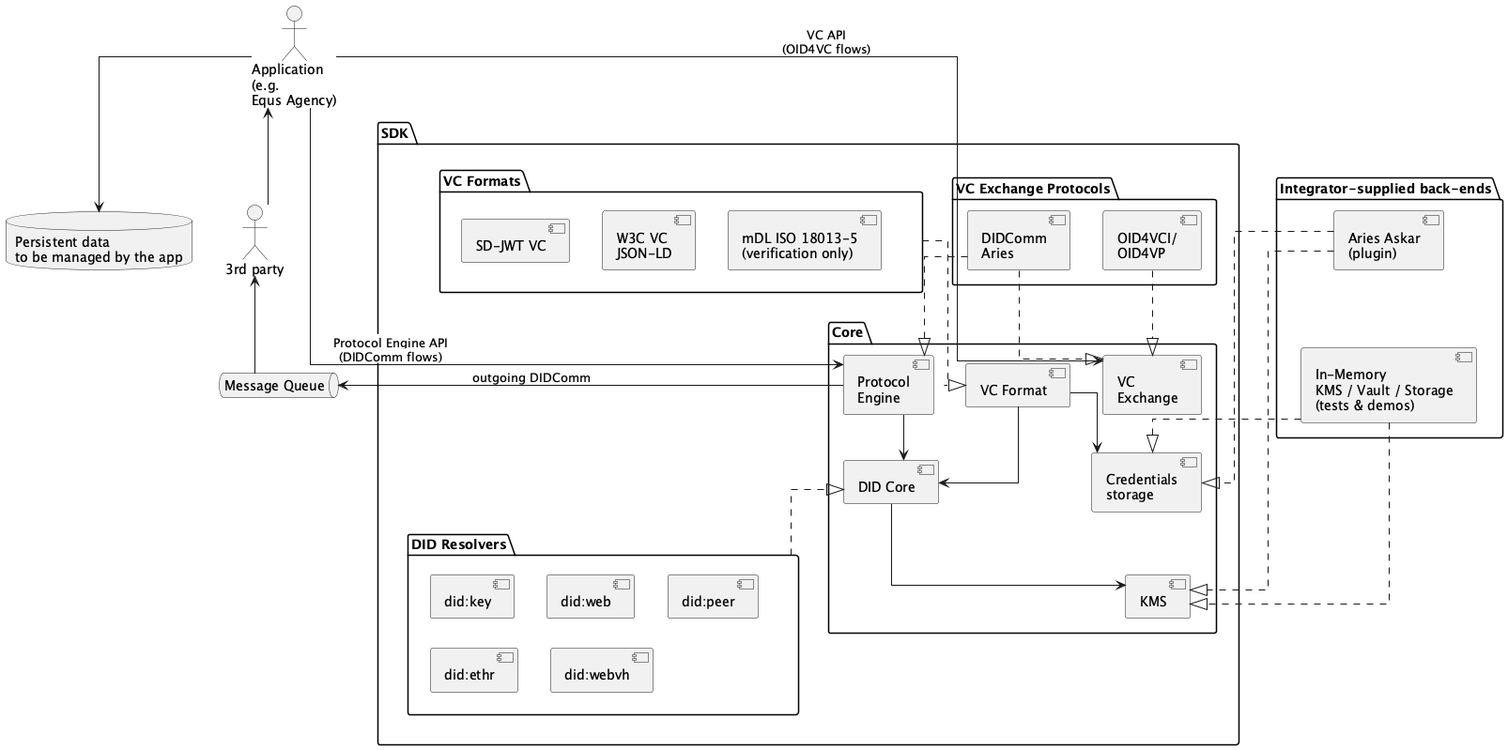
Earlier version of the PlantUML export docs/equs-sdk.png (equs-ai/equs-credentials-sdk). The source it was exported from:
```plantuml
@startuml

skinparam linetype ortho
skinparam nodesep 35
skinparam ranksep 24

actor "Application\n(e.g.\nEqus Agency)" as App
actor "3rd party" as ThirdParty
database "Persistent data\nto be managed by the app" as Store
queue "Message Queue" as MQ

package "SDK" as SDK {

    package "VC Formats" as VCImpls {
        [SD-JWT VC] as SDJWT
        [W3C VC\nJSON-LD] as JSONLD
        [mDL ISO 18013-5\n(verification only)] as MDL18035
        SDJWT -[hidden]right- JSONLD
        JSONLD -[hidden]right- MDL18035
    }

    package "VC Exchange Protocols" as Protocols {
        [DIDComm\nAries] as DIDCommAries
        [OID4VCI/\nOID4VP] as OIDC4VC
        DIDCommAries -[hidden]right- OIDC4VC
    }

    package "Core" as Core {

        [VC\nExchange] as VCExchange
        [VC Format] as VCFormat
        VCExchange -[hidden]right- VCFormat

        [Credentials\nstorage] as CredStorage
        [KMS] as KMS
        [Protocol\nEngine] as PE
        [DID Core] as DIDCore

        CredStorage -[hidden]down- KMS
        PE -[hidden]right- DIDCore
    }

    package "DID Resolvers" as DIDResolvers {
        [did:key] as DidKey
        [did:web] as DidWeb
        [did:peer] as DidPeer
        [did:ethr] as DidEthr
        [did:webvh] as DidWebvh
        DidKey -[hidden]right- DidWeb
        DidWeb -[hidden]right- DidPeer
        DidKey -[hidden]down- DidEthr
        DidEthr -[hidden]right- DidWebvh
    }
}

package "Integrator-supplied back-ends" as Backends {
    [Aries Askar\n(plugin)] as Askar
    [In-Memory\nKMS / Vault / Storage\n(tests & demos)] as InMem
    Askar -[hidden]down- InMem
}

App -right-> VCExchange : VC API\n(OID4VC flows)
App -right-> PE : <back:white>Protocol Engine API</back>\n<back:white>(DIDComm flows)</back>
App -down-> Store
PE -left-> MQ : outgoing DIDComm
MQ -up-> ThirdParty
ThirdParty -up-> App

DIDCommAries ..|> VCExchange
DIDCommAries ..|> PE
OIDC4VC ..|> VCExchange

VCImpls ..|> VCFormat

Askar ..|> CredStorage
Askar ..|> KMS
InMem ..|> CredStorage
InMem ..|> KMS

DIDResolvers ..|> DIDCore

DIDCore -[hidden]down- DidKey

VCFormat --> CredStorage
VCFormat --> DIDCore
PE --> DIDCore
DIDCore --> KMS

@enduml
```
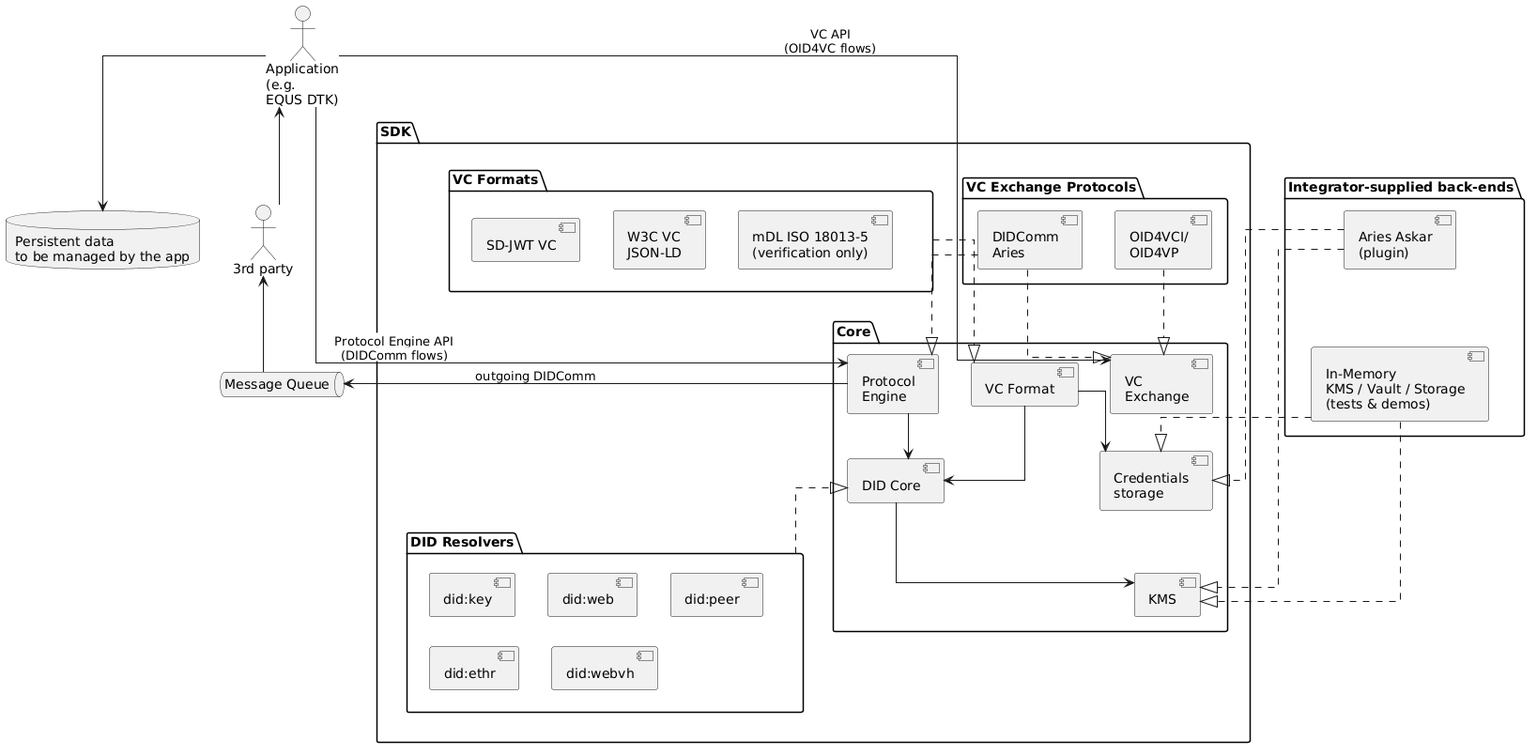
After the change.

Diff of the diagram source:
```diff
@@ -4,7 +4,7 @@
 skinparam nodesep 35
 skinparam ranksep 24
 
-actor "Application\n(e.g.\nEqus Agency)" as App
+actor "Application\n(e.g.\nEQUS DTK)" as App
 actor "3rd party" as ThirdParty
 database "Persistent data\nto be managed by the app" as Store
 queue "Message Queue" as MQ
@@ -14,9 +14,9 @@
     package "VC Formats" as VCImpls {
         [SD-JWT VC] as SDJWT
         [W3C VC\nJSON-LD] as JSONLD
-        [mDL ISO 18013-5\n(verification only)] as MDL18035
+        [mDL ISO 18013-5\n(verification only)] as MDL18013
         SDJWT -[hidden]right- JSONLD
-        JSONLD -[hidden]right- MDL18035
+        JSONLD -[hidden]right- MDL18013
     }
 
     package "VC Exchange Protocols" as Protocols {
```
